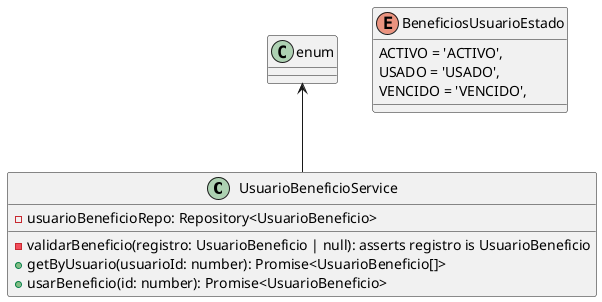
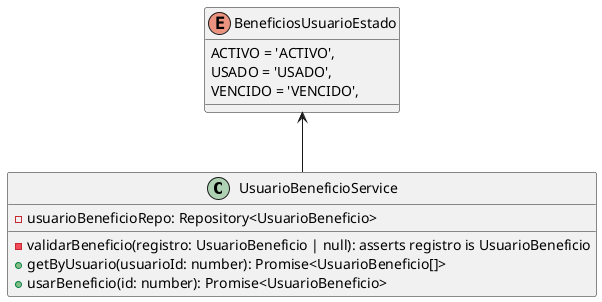
@startuml

class UsuarioBeneficioService {
    - usuarioBeneficioRepo: Repository<UsuarioBeneficio>

    - validarBeneficio(registro: UsuarioBeneficio | null): asserts registro is UsuarioBeneficio
    + getByUsuario(usuarioId: number): Promise<UsuarioBeneficio[]>
    + usarBeneficio(id: number): Promise<UsuarioBeneficio>
}

enum BeneficiosUsuarioEstado {
  ACTIVO = 'ACTIVO',
  USADO = 'USADO',
  VENCIDO = 'VENCIDO',
}

- enum <-- UsuarioBeneficioService
+ BeneficiosUsuarioEstado <-- UsuarioBeneficioService

@enduml